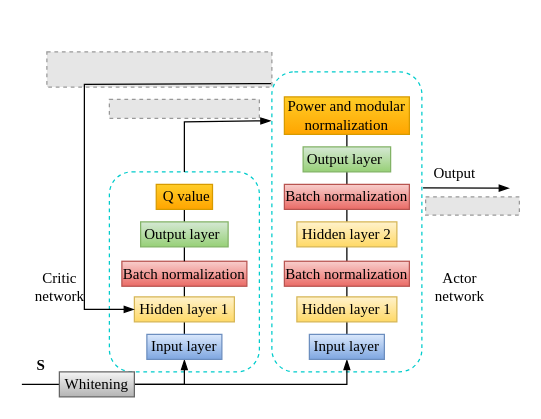
Before: DNNgai.drawio in gougemidi/xiao, a draw.io diagram. Source tidied: cells renumbered, new cells numbered last; positions are measured from the earlier drawing's top-left corner, leaving out a move shared by most shapes. Both pictures are drawn from the tidied source at 125%, with x=0, y=0 at pixel (21, 51). Pictures stored in the file or linked from it are replaced by grey dashed boxes.
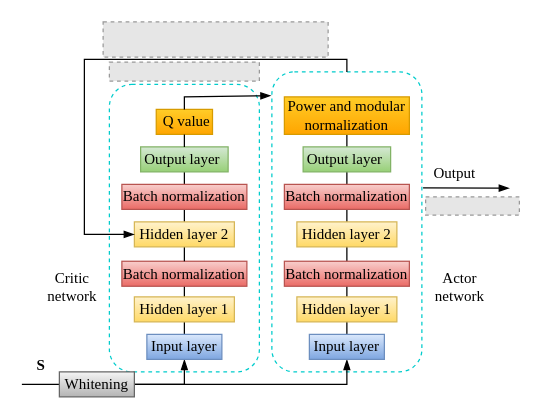
After the change.

Unchanged cells that the change refers to:
```xml
<mxCell id="3" style="rounded=1;whiteSpace=wrap;html=1;strokeColor=#00CCCC;dashed=1;" parent="1" vertex="1">
  <mxGeometry x="200" y="16" width="120" height="240" as="geometry" />
</mxCell>
<mxCell id="8" value="&lt;font style=&quot;font-size: 12px;&quot; face=&quot;Times New Roman&quot;&gt;Whitening&lt;/font&gt;" style="rounded=0;whiteSpace=wrap;html=1;fillColor=#f5f5f5;gradientColor=#b3b3b3;strokeColor=#666666;" parent="1" vertex="1">
  <mxGeometry x="30" y="256" width="60" height="20" as="geometry" />
</mxCell>
<mxCell id="15" value="&lt;font face=&quot;Times New Roman&quot;&gt;Hidden layer 1&lt;/font&gt;" style="rounded=0;whiteSpace=wrap;html=1;fillColor=#fff2cc;gradientColor=#ffd966;strokeColor=#d6b656;" parent="1" vertex="1">
  <mxGeometry x="90" y="196" width="80" height="20" as="geometry" />
</mxCell>
<mxCell id="18" value="&lt;font face=&quot;Times New Roman&quot;&gt;Batch normalization&lt;/font&gt;" style="rounded=0;whiteSpace=wrap;html=1;fillColor=#f8cecc;gradientColor=#ea6b66;strokeColor=#b85450;" parent="1" vertex="1">
  <mxGeometry x="80" y="167.5" width="100" height="20" as="geometry" />
</mxCell>
```

Diff of the diagram source:
```diff
@@
-    <mxCell id="2" style="fillColor=#E6E6E6;strokeColor=#999999;dashed=1;verticalLabelPosition=bottom;labelBackgroundColor=default;verticalAlign=top;" parent="1" vertex="1">
-      <mxGeometry x="20" width="180" height="28.1" as="geometry" />
-    </mxCell>
+    <mxCell id="40" style="fillColor=#E6E6E6;strokeColor=#999999;dashed=1;verticalLabelPosition=bottom;labelBackgroundColor=default;verticalAlign=top;" parent="1" vertex="1">
+      <mxGeometry x="65" y="-24" width="180" height="28.1" as="geometry" />
+    </mxCell>
@@
-    <mxCell id="4" style="rounded=1;whiteSpace=wrap;html=1;strokeColor=#00CCCC;dashed=1;" parent="1" vertex="1">
-      <mxGeometry x="70" y="96" width="120" height="160" as="geometry" />
-    </mxCell>
+    <mxCell id="41" style="rounded=1;whiteSpace=wrap;html=1;strokeColor=#00CCCC;dashed=1;" parent="1" vertex="1">
+      <mxGeometry x="70" y="26" width="120" height="230" as="geometry" />
+    </mxCell>
@@
-    <mxCell id="7" style="edgeStyle=orthogonalEdgeStyle;rounded=0;jettySize=auto;html=1;endArrow=none;endFill=0;" parent="1" edge="1" source="8">
-      <mxGeometry relative="1" as="geometry">
-        <mxPoint y="266" as="targetPoint" />
-      </mxGeometry>
-    </mxCell>
+    <mxCell id="42" style="edgeStyle=orthogonalEdgeStyle;rounded=0;jettySize=auto;html=1;endArrow=none;endFill=0;" parent="1" edge="1" source="8">
+      <mxGeometry relative="1" as="geometry">
+        <mxPoint y="266" as="targetPoint" />
+      </mxGeometry>
+    </mxCell>
@@
-    <mxCell id="19" style="edgeStyle=orthogonalEdgeStyle;rounded=0;jettySize=auto;html=1;exitX=0.5;exitY=0;exitDx=0;exitDy=0;endArrow=none;endFill=0;entryX=0.5;entryY=1;entryDx=0;entryDy=0;" parent="1" edge="1" source="18">
-      <mxGeometry relative="1" as="geometry">
-        <mxPoint x="130" y="156" as="targetPoint" />
-      </mxGeometry>
-    </mxCell>
-    <mxCell id="20" style="edgeStyle=orthogonalEdgeStyle;rounded=0;jettySize=auto;html=1;endArrow=none;endFill=0;entryX=0.5;entryY=1;entryDx=0;entryDy=0;" parent="1" edge="1" source="21" target="22">
-      <mxGeometry relative="1" as="geometry" />
-    </mxCell>
+    <mxCell id="43" style="edgeStyle=orthogonalEdgeStyle;rounded=0;jettySize=auto;html=1;exitX=0.5;exitY=0;exitDx=0;exitDy=0;endArrow=none;endFill=0;entryX=0.5;entryY=1;entryDx=0;entryDy=0;" parent="1" edge="1" source="18" target="45">
+      <mxGeometry relative="1" as="geometry" />
+    </mxCell>
+    <mxCell id="44" style="edgeStyle=orthogonalEdgeStyle;rounded=0;jettySize=auto;html=1;entryX=0.5;entryY=1;entryDx=0;entryDy=0;endArrow=none;endFill=0;" parent="1" edge="1" source="45" target="21">
+      <mxGeometry relative="1" as="geometry" />
+    </mxCell>
+    <mxCell id="45" value="&lt;font face=&quot;Times New Roman&quot;&gt;Hidden layer 2&lt;/font&gt;" style="rounded=0;whiteSpace=wrap;html=1;fillColor=#fff2cc;gradientColor=#ffd966;strokeColor=#d6b656;" parent="1" vertex="1">
+      <mxGeometry x="90" y="136" width="80" height="20" as="geometry" />
+    </mxCell>
     <mxCell id="21" value="&lt;font face=&quot;Times New Roman&quot;&gt;Output layer&amp;nbsp;&lt;/font&gt;" style="rounded=0;whiteSpace=wrap;html=1;fillColor=#d5e8d4;gradientColor=#97d077;strokeColor=#82b366;" parent="1" vertex="1">
-      <mxGeometry x="95" y="136" width="70" height="20" as="geometry" />
+      <mxGeometry x="95" y="76" width="70" height="20" as="geometry" />
     </mxCell>
     <mxCell id="22" value="&lt;font face=&quot;Times New Roman&quot;&gt;&amp;nbsp;Q value&lt;/font&gt;" style="rounded=0;whiteSpace=wrap;html=1;fillColor=#ffcd28;gradientColor=#ffa500;strokeColor=#d79b00;" parent="1" vertex="1">
-      <mxGeometry x="107.5" y="106" width="45" height="20" as="geometry" />
+      <mxGeometry x="107.5" y="46" width="45" height="20" as="geometry" />
     </mxCell>
@@
-    <mxCell id="32" style="endArrow=blockThin;html=1;rounded=0;exitX=0.5;exitY=0;exitDx=0;exitDy=0;endFill=1;entryX=-0.006;entryY=0.163;entryDx=0;entryDy=0;entryPerimeter=0;" parent="1" edge="1" source="4" target="3">
-      <mxGeometry relative="1" as="geometry">
-        <Array as="points">
-          <mxPoint x="130" y="56" />
-        </Array>
-      </mxGeometry>
-    </mxCell>
-    <mxCell id="33" style="endArrow=blockThin;html=1;rounded=0;exitX=-0.006;exitY=0.039;exitDx=0;exitDy=0;endFill=1;exitPerimeter=0;entryX=0;entryY=0.5;entryDx=0;entryDy=0;" parent="1" edge="1" source="3" target="15">
-      <mxGeometry relative="1" as="geometry">
-        <Array as="points">
-          <mxPoint x="50" y="26" />
-          <mxPoint x="50" y="206" />
-        </Array>
-      </mxGeometry>
-    </mxCell>
-    <mxCell id="34" style="endArrow=blockThin;html=1;rounded=0;exitX=1.008;exitY=0.387;exitDx=0;exitDy=0;exitPerimeter=0;endFill=1;" parent="1" edge="1" source="3">
-      <mxGeometry relative="1" as="geometry">
-        <mxPoint x="390" y="109" as="targetPoint" />
-      </mxGeometry>
-    </mxCell>
+    <mxCell id="46" style="endArrow=blockThin;html=1;rounded=0;exitX=0.5;exitY=0;exitDx=0;exitDy=0;endFill=1;entryX=-0.006;entryY=0.163;entryDx=0;entryDy=0;entryPerimeter=0;" parent="1" edge="1">
+      <mxGeometry relative="1" as="geometry">
+        <mxPoint x="130" y="46" as="sourcePoint" />
+        <mxPoint x="199.3" y="35.1" as="targetPoint" />
+        <Array as="points">
+          <mxPoint x="130" y="36" />
+        </Array>
+      </mxGeometry>
+    </mxCell>
+    <mxCell id="47" style="endArrow=blockThin;html=1;rounded=0;exitX=0.5;exitY=0;exitDx=0;exitDy=0;entryX=0;entryY=0.5;entryDx=0;entryDy=0;endFill=1;" parent="1" edge="1" source="3" target="45">
+      <mxGeometry relative="1" as="geometry">
+        <Array as="points">
+          <mxPoint x="260" y="6" />
+          <mxPoint x="50" y="6" />
+          <mxPoint x="50" y="146" />
+        </Array>
+      </mxGeometry>
+    </mxCell>
+    <mxCell id="48" style="endArrow=blockThin;html=1;rounded=0;exitX=1.008;exitY=0.387;exitDx=0;exitDy=0;exitPerimeter=0;endFill=1;" parent="1" edge="1" source="3">
+      <mxGeometry relative="1" as="geometry">
+        <mxPoint x="390" y="109" as="targetPoint" />
+      </mxGeometry>
+    </mxCell>
     <mxCell id="35" value="&lt;font face=&quot;Times New Roman&quot;&gt;Critic&lt;br&gt;network&lt;/font&gt;" style="text;html=1;align=center;verticalAlign=middle;strokeColor=none;fillColor=none;" parent="1" vertex="1">
-      <mxGeometry y="167.5" width="60" height="40" as="geometry" />
+      <mxGeometry x="10" y="168" width="60" height="40" as="geometry" />
     </mxCell>
@@
-    <mxCell id="38" style="fillColor=#E6E6E6;strokeColor=#999999;dashed=1;verticalLabelPosition=bottom;labelBackgroundColor=default;verticalAlign=top;" parent="1" vertex="1">
-      <mxGeometry x="70" y="38" width="120" height="15.1" as="geometry" />
-    </mxCell>
+    <mxCell id="49" style="fillColor=#E6E6E6;strokeColor=#999999;dashed=1;verticalLabelPosition=bottom;labelBackgroundColor=default;verticalAlign=top;" parent="1" vertex="1">
+      <mxGeometry x="70" y="8.2" width="120" height="15.1" as="geometry" />
+    </mxCell>
@@
+    <mxCell id="50" value="&lt;font face=&quot;Times New Roman&quot;&gt;Batch normalization&lt;/font&gt;" style="rounded=0;whiteSpace=wrap;html=1;fillColor=#f8cecc;gradientColor=#ea6b66;strokeColor=#b85450;" parent="1" vertex="1">
+      <mxGeometry x="80" y="106" width="100" height="20" as="geometry" />
+    </mxCell>
+    <mxCell id="20" style="endArrow=none;html=1;rounded=0;entryX=0.5;entryY=1;entryDx=0;entryDy=0;" parent="1" edge="1" source="21" target="22">
+      <mxGeometry relative="1" as="geometry" />
+    </mxCell>
```
